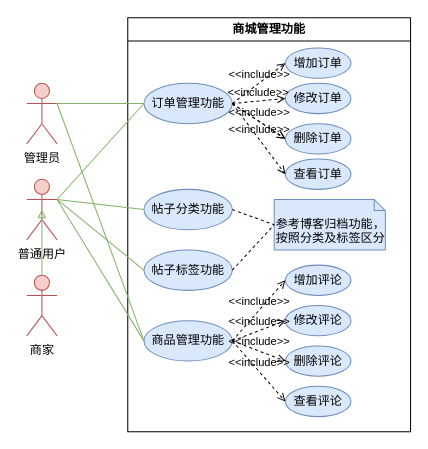
Above: 海洋生物百科/用例图/商城管理功能.drawio in Running-Turtle1/Graph (draw.io), before the change. Source tidied: cells renumbered, new cells numbered last; positions are measured from the earlier drawing's top-left corner, leaving out a move shared by most shapes. Both pictures are drawn from the tidied source at 101%, with x=0, y=0 at pixel (26, 17).
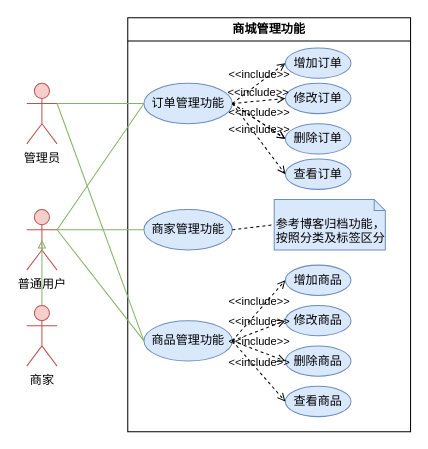
After the change.

Commit message (it also covers changes not shown here):
更新商城管理功能.drawio

The change refers to these unchanged cells:
```xml
<mxCell id="2" value="商城管理功能" style="swimlane;whiteSpace=wrap;html=1;" parent="1" vertex="1">
  <mxGeometry x="100" width="280" height="410" as="geometry" />
</mxCell>
<mxCell id="22" value="参考博客归档功能，按照分类及标签区分" style="shape=note2;boundedLbl=1;whiteSpace=wrap;html=1;size=11;verticalAlign=top;align=left;fillColor=#dae8fc;strokeColor=#6c8ebf;" parent="2" vertex="1">
  <mxGeometry x="145" y="180" width="110" height="50" as="geometry" />
</mxCell>
```

Change to the diagram source:
```diff
@@
-    <mxCell id="4" value="帖子分类功能" style="ellipse;whiteSpace=wrap;html=1;fillColor=#dae8fc;strokeColor=#6c8ebf;" parent="2" vertex="1">
-      <mxGeometry x="16" y="170" width="87.5" height="40" as="geometry" />
+    <mxCell id="4" value="商家管理功能" style="ellipse;whiteSpace=wrap;html=1;fillColor=#dae8fc;strokeColor=#6c8ebf;" parent="2" vertex="1">
+      <mxGeometry x="16" y="190" width="87.5" height="40" as="geometry" />
     </mxCell>
-    <mxCell id="5" value="帖子标签功能" style="ellipse;whiteSpace=wrap;html=1;fillColor=#dae8fc;strokeColor=#6c8ebf;" parent="2" vertex="1">
-      <mxGeometry x="16" y="230" width="87.5" height="40" as="geometry" />
-    </mxCell>
@@
-    <mxCell id="14" value="增加评论" style="ellipse;whiteSpace=wrap;html=1;fillColor=#dae8fc;strokeColor=#6c8ebf;" parent="2" vertex="1">
+    <mxCell id="14" value="增加商品" style="ellipse;whiteSpace=wrap;html=1;fillColor=#dae8fc;strokeColor=#6c8ebf;" parent="2" vertex="1">
       <mxGeometry x="156" y="245" width="65" height="30" as="geometry" />
     </mxCell>
-    <mxCell id="15" value="修改评论" style="ellipse;whiteSpace=wrap;html=1;fillColor=#dae8fc;strokeColor=#6c8ebf;" parent="2" vertex="1">
+    <mxCell id="15" value="修改商品" style="ellipse;whiteSpace=wrap;html=1;fillColor=#dae8fc;strokeColor=#6c8ebf;" parent="2" vertex="1">
       <mxGeometry x="156" y="285" width="65" height="30" as="geometry" />
     </mxCell>
-    <mxCell id="16" value="删除评论" style="ellipse;whiteSpace=wrap;html=1;fillColor=#dae8fc;strokeColor=#6c8ebf;" parent="2" vertex="1">
+    <mxCell id="16" value="删除商品" style="ellipse;whiteSpace=wrap;html=1;fillColor=#dae8fc;strokeColor=#6c8ebf;" parent="2" vertex="1">
       <mxGeometry x="156" y="325" width="65" height="30" as="geometry" />
     </mxCell>
-    <mxCell id="17" value="查看评论" style="ellipse;whiteSpace=wrap;html=1;fillColor=#dae8fc;strokeColor=#6c8ebf;" parent="2" vertex="1">
+    <mxCell id="17" value="查看商品" style="ellipse;whiteSpace=wrap;html=1;fillColor=#dae8fc;strokeColor=#6c8ebf;" parent="2" vertex="1">
       <mxGeometry x="156" y="365" width="65" height="30" as="geometry" />
     </mxCell>
@@
-    <mxCell id="26" style="endArrow=none;dashed=1;html=1;rounded=0;exitX=1;exitY=0.5;exitDx=0;exitDy=0;entryX=0;entryY=0.5;entryDx=0;entryDy=0;entryPerimeter=0;" parent="2" edge="1" source="5" target="22">
-      <mxGeometry relative="1" as="geometry" />
-    </mxCell>
     <mxCell id="27" value="普通用户" style="shape=umlActor;verticalLabelPosition=bottom;verticalAlign=top;html=1;fillColor=#f8cecc;strokeColor=#b85450;" parent="1" vertex="1">
-      <mxGeometry y="160" width="30" height="60" as="geometry" />
+      <mxGeometry y="190" width="30" height="60" as="geometry" />
     </mxCell>
     <mxCell id="28" value="商家" style="shape=umlActor;verticalLabelPosition=bottom;verticalAlign=top;html=1;fillColor=#f8cecc;strokeColor=#b85450;" parent="1" vertex="1">
-      <mxGeometry y="255" width="30" height="60" as="geometry" />
+      <mxGeometry y="285" width="30" height="60" as="geometry" />
     </mxCell>
@@
-    <mxCell id="31" style="endArrow=none;html=1;rounded=0;fillColor=#d5e8d4;strokeColor=#82b366;exitX=0;exitY=0.5;exitDx=0;exitDy=0;entryX=1;entryY=0.3333333333333333;entryDx=0;entryDy=0;entryPerimeter=0;" parent="1" edge="1" source="5" target="27">
-      <mxGeometry relative="1" as="geometry" />
-    </mxCell>
```
